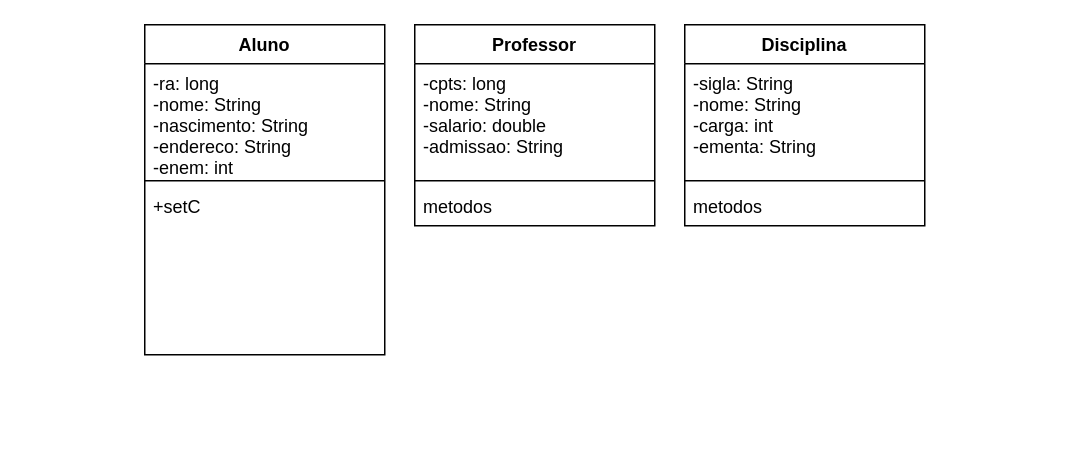
Earlier version of the draw.io diagram page "15/08 - ATV01" (1 of 3) of prog_objetos/diagramas/Programação à Objetos.drawio (GuiSilva77/fatec_aulas_prog). Source tidied: cells renumbered, new cells numbered last; positions are measured from the earlier drawing's top-left corner, leaving out a move shared by most shapes. Both pictures are drawn from the tidied source at 150%, with x=0, y=0 at pixel (144, 24).
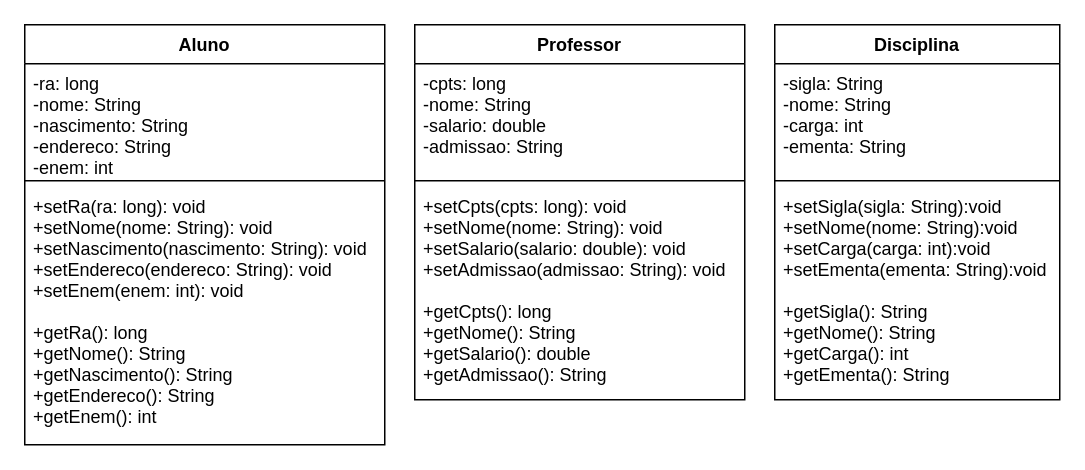
The same diagram, later.

Change to the diagram source:
```diff
@@
 <mxGraphModel>
   <root>
     <mxCell id="0" />
     <mxCell id="1" parent="0" />
     <mxCell id="2" value="Aluno" style="swimlane;fontStyle=1;align=center;verticalAlign=top;horizontal=1;startSize=26;" parent="1" vertex="1">
-      <mxGeometry width="160" height="220" as="geometry" />
+      <mxGeometry x="-80" width="240" height="280" as="geometry" />
     </mxCell>
     <mxCell id="3" value="-ra: long&#10;-nome: String&#10;-nascimento: String&#10;-endereco: String&#10;-enem: int" style="text;strokeColor=none;fillColor=none;align=left;verticalAlign=top;spacingLeft=4;spacingRight=4;overflow=hidden;" parent="2" vertex="1">
-      <mxGeometry y="26" width="160" height="74" as="geometry" />
+      <mxGeometry y="26" width="240" height="74" as="geometry" />
     </mxCell>
     <mxCell id="4" style="line;strokeWidth=1;fillColor=none;align=left;verticalAlign=middle;spacingTop=-1;spacingLeft=3;spacingRight=3;labelPosition=right;" parent="2" vertex="1">
-      <mxGeometry y="100" width="160" height="8" as="geometry" />
+      <mxGeometry y="100" width="240" height="8" as="geometry" />
     </mxCell>
-    <mxCell id="5" value="+setC" style="text;strokeColor=none;fillColor=none;align=left;verticalAlign=top;spacingLeft=4;spacingRight=4;overflow=hidden;" parent="2" vertex="1">
-      <mxGeometry y="108" width="160" height="112" as="geometry" />
+    <mxCell id="5" value="+setRa(ra: long): void&#10;+setNome(nome: String): void&#10;+setNascimento(nascimento: String): void&#10;+setEndereco(endereco: String): void&#10;+setEnem(enem: int): void&#10;&#10;+getRa(): long&#10;+getNome(): String&#10;+getNascimento(): String&#10;+getEndereco(): String&#10;+getEnem(): int&#10;" style="text;strokeColor=none;fillColor=none;align=left;verticalAlign=top;spacingLeft=4;spacingRight=4;overflow=hidden;" parent="2" vertex="1">
+      <mxGeometry y="108" width="240" height="172" as="geometry" />
     </mxCell>
     <mxCell id="6" value="Professor" style="swimlane;fontStyle=1;align=center;verticalAlign=top;horizontal=1;startSize=26;" parent="1" vertex="1">
-      <mxGeometry x="180" width="160" height="134" as="geometry" />
+      <mxGeometry x="180" width="220" height="250" as="geometry" />
     </mxCell>
     <mxCell id="7" value="-cpts: long&#10;-nome: String&#10;-salario: double&#10;-admissao: String" style="text;strokeColor=none;fillColor=none;align=left;verticalAlign=top;spacingLeft=4;spacingRight=4;overflow=hidden;" parent="6" vertex="1">
-      <mxGeometry y="26" width="160" height="74" as="geometry" />
+      <mxGeometry y="26" width="220" height="74" as="geometry" />
     </mxCell>
     <mxCell id="8" style="line;strokeWidth=1;fillColor=none;align=left;verticalAlign=middle;spacingTop=-1;spacingLeft=3;spacingRight=3;labelPosition=right;" parent="6" vertex="1">
-      <mxGeometry y="100" width="160" height="8" as="geometry" />
+      <mxGeometry y="100" width="220" height="8" as="geometry" />
     </mxCell>
-    <mxCell id="9" value="metodos" style="text;strokeColor=none;fillColor=none;align=left;verticalAlign=top;spacingLeft=4;spacingRight=4;overflow=hidden;" parent="6" vertex="1">
-      <mxGeometry y="108" width="160" height="26" as="geometry" />
+    <mxCell id="9" value="+setCpts(cpts: long): void&#10;+setNome(nome: String): void&#10;+setSalario(salario: double): void&#10;+setAdmissao(admissao: String): void&#10;&#10;+getCpts(): long&#10;+getNome(): String&#10;+getSalario(): double&#10;+getAdmissao(): String" style="text;strokeColor=none;fillColor=none;align=left;verticalAlign=top;spacingLeft=4;spacingRight=4;overflow=hidden;" parent="6" vertex="1">
+      <mxGeometry y="108" width="220" height="142" as="geometry" />
     </mxCell>
     <mxCell id="10" value="Disciplina&#10;" style="swimlane;fontStyle=1;align=center;verticalAlign=top;horizontal=1;startSize=26;" parent="1" vertex="1">
-      <mxGeometry x="360" width="160" height="134" as="geometry" />
+      <mxGeometry x="420" width="190" height="250" as="geometry" />
     </mxCell>
     <mxCell id="11" value="-sigla: String&#10;-nome: String&#10;-carga: int&#10;-ementa: String" style="text;strokeColor=none;fillColor=none;align=left;verticalAlign=top;spacingLeft=4;spacingRight=4;overflow=hidden;" parent="10" vertex="1">
-      <mxGeometry y="26" width="160" height="74" as="geometry" />
+      <mxGeometry y="26" width="190" height="74" as="geometry" />
     </mxCell>
     <mxCell id="12" style="line;strokeWidth=1;fillColor=none;align=left;verticalAlign=middle;spacingTop=-1;spacingLeft=3;spacingRight=3;labelPosition=right;" parent="10" vertex="1">
-      <mxGeometry y="100" width="160" height="8" as="geometry" />
+      <mxGeometry y="100" width="190" height="8" as="geometry" />
     </mxCell>
-    <mxCell id="13" value="metodos" style="text;strokeColor=none;fillColor=none;align=left;verticalAlign=top;spacingLeft=4;spacingRight=4;overflow=hidden;" parent="10" vertex="1">
-      <mxGeometry y="108" width="160" height="26" as="geometry" />
+    <mxCell id="13" value="+setSigla(sigla: String):void &#10;+setNome(nome: String):void&#10;+setCarga(carga: int):void&#10;+setEmenta(ementa: String):void&#10;&#10;+getSigla(): String&#10;+getNome(): String&#10;+getCarga(): int&#10;+getEmenta(): String" style="text;strokeColor=none;fillColor=none;align=left;verticalAlign=top;spacingLeft=4;spacingRight=4;overflow=hidden;" parent="10" vertex="1">
+      <mxGeometry y="108" width="190" height="142" as="geometry" />
     </mxCell>
   </root>
 </mxGraphModel>
```
